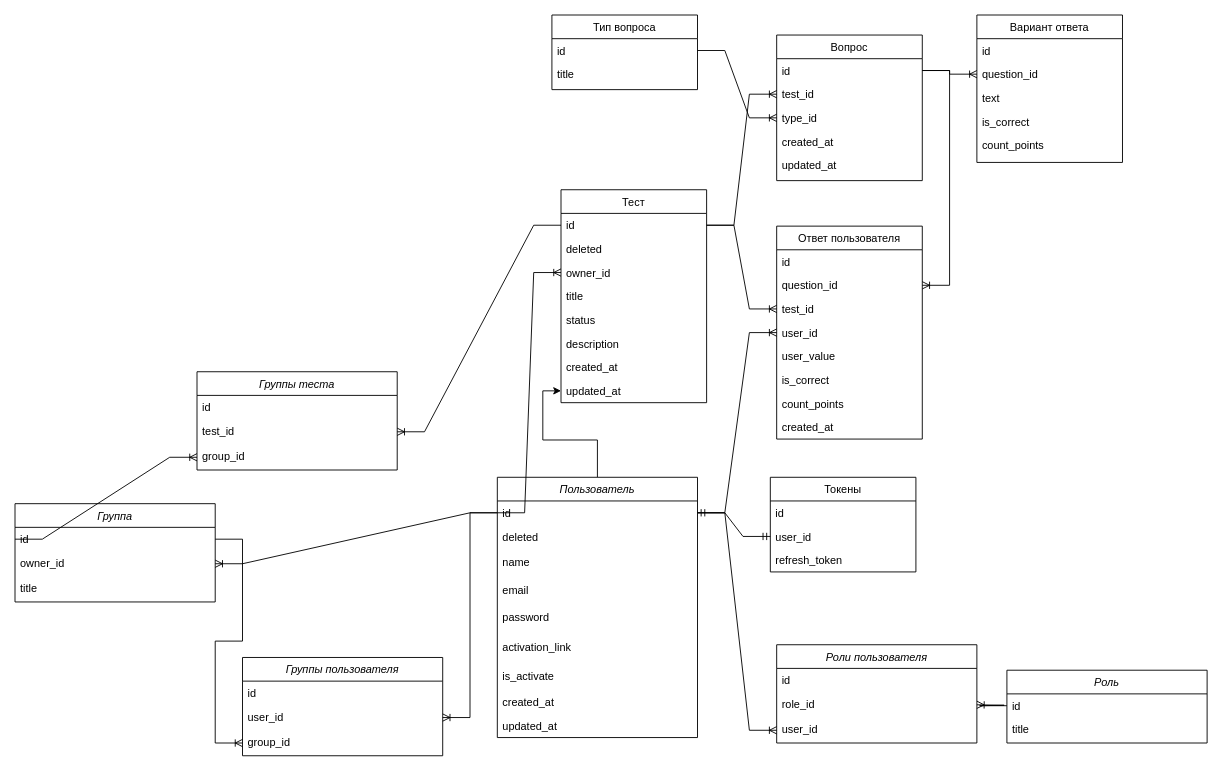
The draw.io diagram server/schema.drawio in lenaezhova/test-master-java, before the edit. Source tidied: cells renumbered, new cells numbered last; positions are measured from the earlier drawing's top-left corner, leaving out a move shared by most shapes. Both pictures are drawn from the tidied source at 91%, with x=0, y=0 at pixel (15, 15).
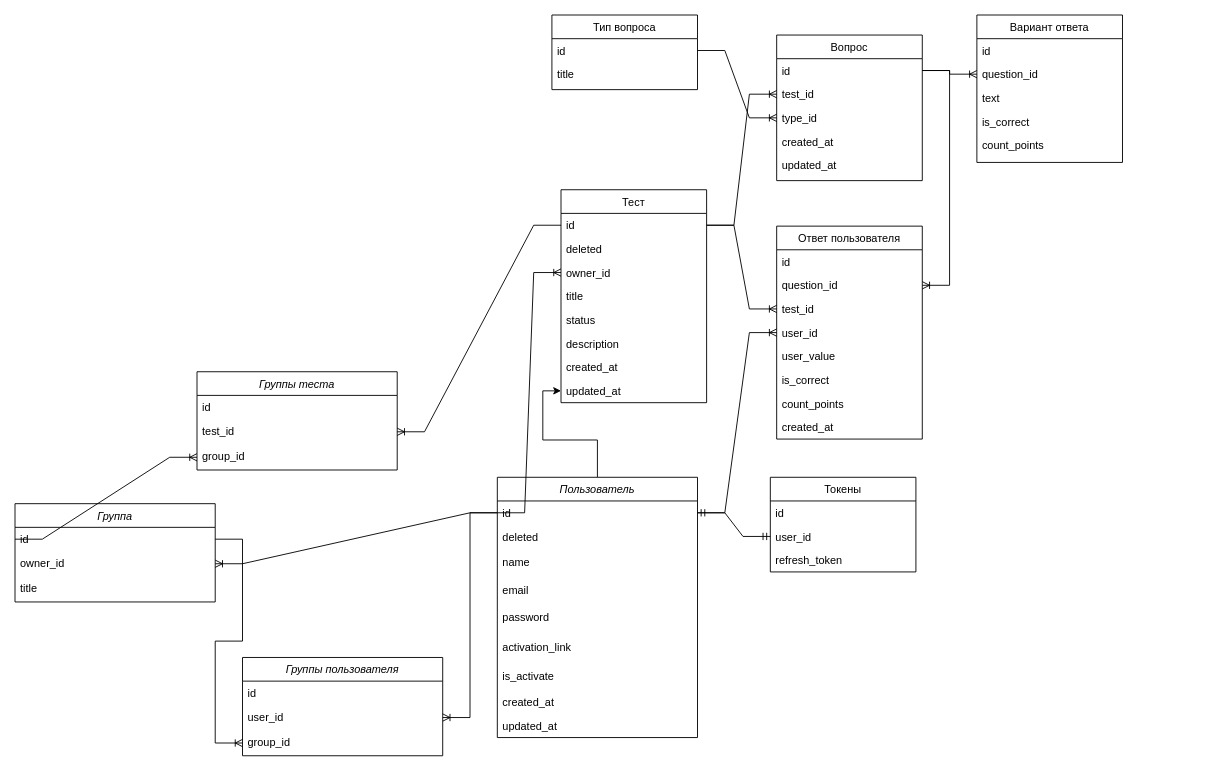
The same page after the edit.

The change refers to these unchanged cells:
```xml
<mxCell id="4" value="id" style="text;align=left;verticalAlign=top;spacingLeft=4;spacingRight=4;overflow=hidden;points=[[0,0.5],[1,0.5]];portConstraint=eastwest;" parent="3" vertex="1">
  <mxGeometry y="26" width="220" height="26" as="geometry" />
</mxCell>
```

Diff of the diagram source:
```diff
@@
-    <mxCell id="47" value="Роли пользователя" style="swimlane;fontStyle=2;align=center;verticalAlign=top;horizontal=1;startSize=26;rounded=0;shadow=0;strokeWidth=1;" parent="1" vertex="1">
-      <mxGeometry x="837" y="692" width="220" height="108" as="geometry" />
-    </mxCell>
-    <mxCell id="48" value="id" style="text;align=left;verticalAlign=top;spacingLeft=4;spacingRight=4;overflow=hidden;points=[[0,0.5],[1,0.5]];portConstraint=eastwest;" parent="47" vertex="1">
-      <mxGeometry y="26" width="220" height="26" as="geometry" />
-    </mxCell>
-    <mxCell id="49" value="role_id" style="text;align=left;verticalAlign=top;spacingLeft=4;spacingRight=4;overflow=hidden;points=[[0,0.5],[1,0.5]];portConstraint=eastwest;rounded=0;shadow=0;html=0;" parent="47" vertex="1">
-      <mxGeometry y="52" width="220" height="28" as="geometry" />
-    </mxCell>
-    <mxCell id="50" value="user_id" style="text;align=left;verticalAlign=top;spacingLeft=4;spacingRight=4;overflow=hidden;points=[[0,0.5],[1,0.5]];portConstraint=eastwest;rounded=0;shadow=0;html=0;" parent="47" vertex="1">
-      <mxGeometry y="80" width="220" height="28" as="geometry" />
-    </mxCell>
-    <mxCell id="51" style="edgeStyle=orthogonalEdgeStyle;rounded=0;orthogonalLoop=1;jettySize=auto;html=1;exitX=1;exitY=0.5;exitDx=0;exitDy=0;" parent="47" edge="1" source="48" target="48">
-      <mxGeometry relative="1" as="geometry" />
-    </mxCell>
@@
-    <mxCell id="66" value="Роль" style="swimlane;fontStyle=2;align=center;verticalAlign=top;horizontal=1;startSize=26;rounded=0;shadow=0;strokeWidth=1;" parent="1" vertex="1">
-      <mxGeometry x="1090" y="720" width="220" height="80" as="geometry" />
-    </mxCell>
-    <mxCell id="67" value="id" style="text;align=left;verticalAlign=top;spacingLeft=4;spacingRight=4;overflow=hidden;points=[[0,0.5],[1,0.5]];portConstraint=eastwest;" parent="66" vertex="1">
-      <mxGeometry y="26" width="220" height="26" as="geometry" />
-    </mxCell>
-    <mxCell id="68" value="title" style="text;align=left;verticalAlign=top;spacingLeft=4;spacingRight=4;overflow=hidden;rounded=0;shadow=0;html=0;" parent="66" vertex="1">
-      <mxGeometry y="52" width="220" height="28" as="geometry" />
-    </mxCell>
-    <mxCell id="69" style="edgeStyle=orthogonalEdgeStyle;rounded=0;orthogonalLoop=1;jettySize=auto;html=1;exitX=1;exitY=0.5;exitDx=0;exitDy=0;" parent="66" edge="1" source="67" target="67">
-      <mxGeometry relative="1" as="geometry" />
-    </mxCell>
@@
-    <mxCell id="74" style="edgeStyle=entityRelationEdgeStyle;fontSize=12;html=1;endArrow=ERoneToMany;rounded=0;exitX=0;exitY=0.5;exitDx=0;exitDy=0;" parent="1" edge="1" source="67" target="49">
-      <mxGeometry relative="1" as="geometry" />
-    </mxCell>
-    <mxCell id="75" style="edgeStyle=entityRelationEdgeStyle;fontSize=12;html=1;endArrow=ERoneToMany;rounded=0;exitX=1;exitY=0.5;exitDx=0;exitDy=0;entryX=0;entryY=0.5;entryDx=0;entryDy=0;" parent="1" edge="1" source="4" target="50">
-      <mxGeometry relative="1" as="geometry" />
-    </mxCell>
```
